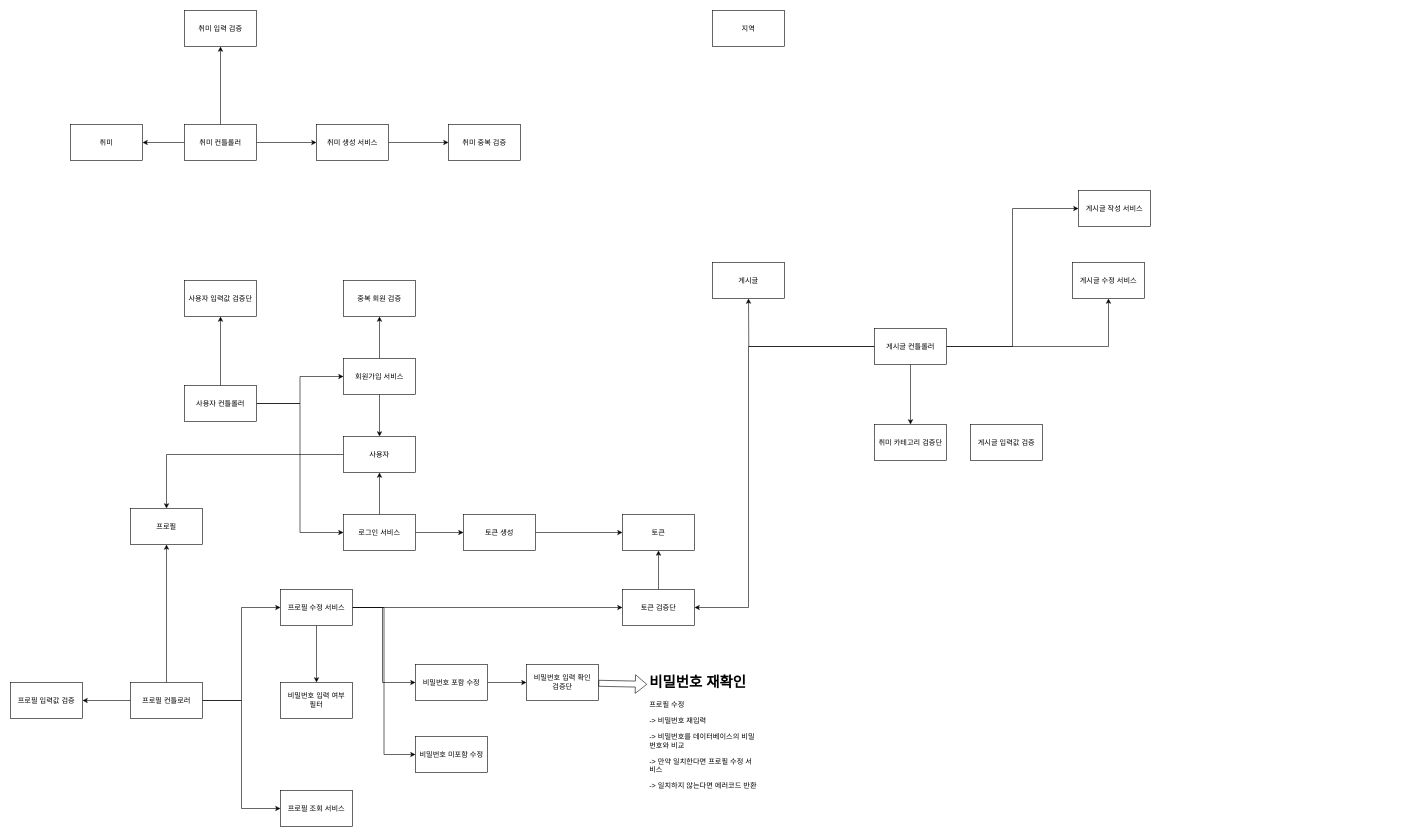
Before: hobby-bungaue.drawio in vanillacake369/hobby-bungae, a draw.io diagram. Source tidied: cells renumbered, new cells numbered last; positions are measured from the earlier drawing's top-left corner, leaving out a move shared by most shapes. Both pictures are drawn from the tidied source at 60%, with x=0, y=0 at pixel (10, 10).
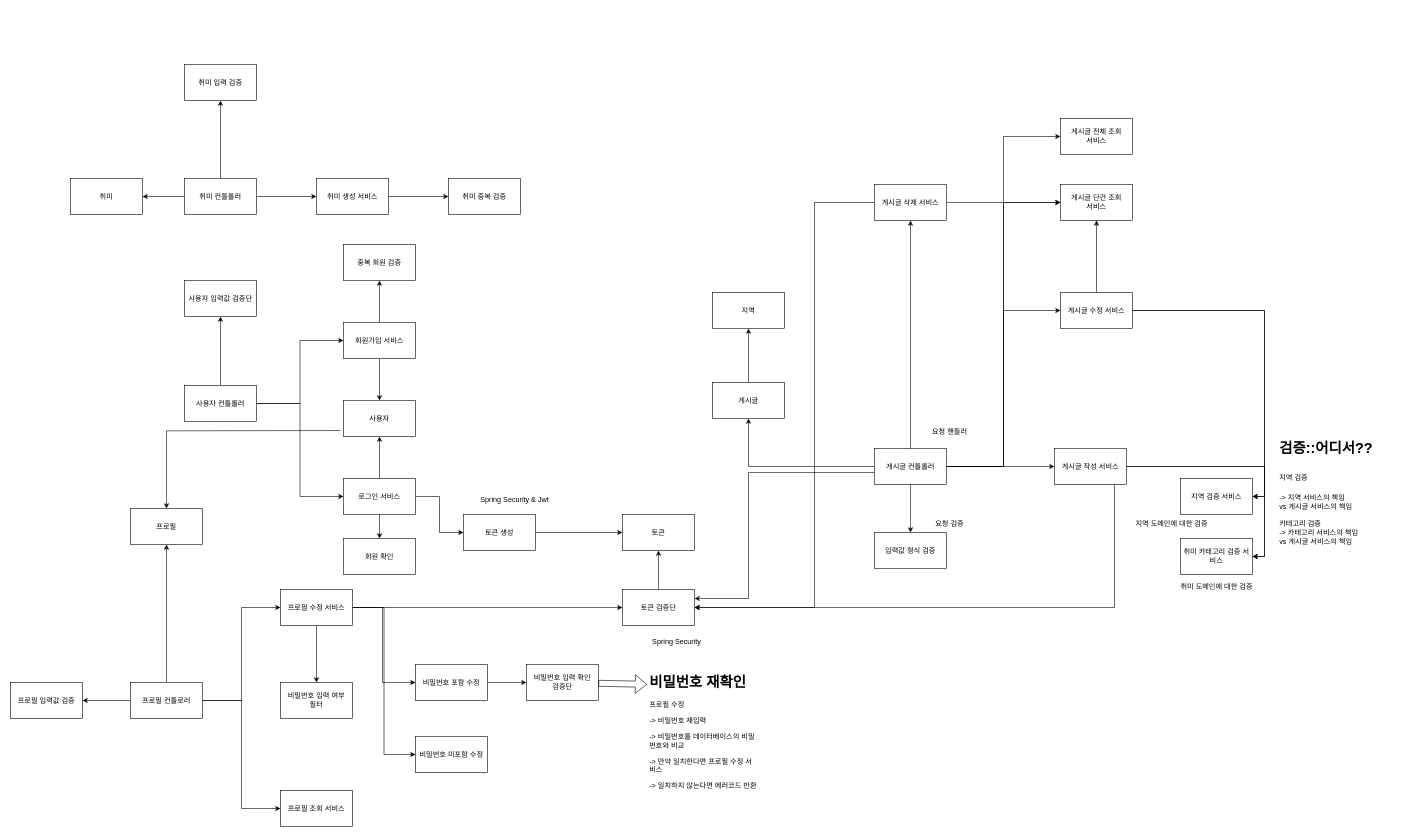
The same diagram, later.

Unchanged cells that the change refers to:
```xml
<mxCell id="2" value="프로필" style="rounded=0;whiteSpace=wrap;html=1;" parent="1" vertex="1">
  <mxGeometry x="200" y="830" width="120" height="60" as="geometry" />
</mxCell>
<mxCell id="16" value="토큰 검증단" style="rounded=0;whiteSpace=wrap;html=1;" parent="1" vertex="1">
  <mxGeometry x="1020" y="965" width="120" height="60" as="geometry" />
</mxCell>
```

Diff of the diagram source:
```diff
@@
+    <mxCell id="62" style="edgeStyle=orthogonalEdgeStyle;rounded=0;jettySize=auto;html=1;" parent="1" edge="1" source="3" target="4">
+      <mxGeometry relative="1" as="geometry" />
+    </mxCell>
     <mxCell id="3" value="게시글" style="rounded=0;whiteSpace=wrap;html=1;" parent="1" vertex="1">
-      <mxGeometry x="1170" y="420" width="120" height="60" as="geometry" />
+      <mxGeometry x="1170" y="620" width="120" height="60" as="geometry" />
     </mxCell>
     <mxCell id="4" value="지역" style="rounded=0;whiteSpace=wrap;html=1;" parent="1" vertex="1">
-      <mxGeometry x="1170" width="120" height="60" as="geometry" />
+      <mxGeometry x="1170" y="470" width="120" height="60" as="geometry" />
     </mxCell>
@@
-    <mxCell id="6" style="edgeStyle=orthogonalEdgeStyle;rounded=0;jettySize=auto;html=1;" parent="1" edge="1" source="10" target="14">
-      <mxGeometry relative="1" as="geometry" />
-    </mxCell>
     <mxCell id="7" style="edgeStyle=orthogonalEdgeStyle;rounded=0;jettySize=auto;html=1;" parent="1" edge="1" source="10" target="16">
       <mxGeometry relative="1" as="geometry">
         <Array as="points">
-          <mxPoint x="1230" y="560" />
-          <mxPoint x="1230" y="995" />
+          <mxPoint x="1230" y="770" />
+          <mxPoint x="1230" y="980" />
         </Array>
       </mxGeometry>
     </mxCell>
@@
-    <mxCell id="9" style="edgeStyle=orthogonalEdgeStyle;rounded=0;jettySize=auto;html=1;" parent="1" edge="1" source="10">
+    <mxCell id="9" style="edgeStyle=orthogonalEdgeStyle;rounded=0;jettySize=auto;html=1;" parent="1" edge="1" source="10" target="3">
       <mxGeometry relative="1" as="geometry">
-        <mxPoint x="1230" y="480" as="targetPoint" />
+        <Array as="points">
+          <mxPoint x="1230" y="760" />
+        </Array>
       </mxGeometry>
     </mxCell>
+    <mxCell id="63" style="edgeStyle=orthogonalEdgeStyle;rounded=0;jettySize=auto;html=1;" parent="1" edge="1" source="10" target="71">
+      <mxGeometry relative="1" as="geometry" />
+    </mxCell>
+    <mxCell id="64" style="edgeStyle=orthogonalEdgeStyle;rounded=0;jettySize=auto;html=1;entryX=0;entryY=0.5;entryDx=0;entryDy=0;" parent="1" edge="1" source="10" target="80">
+      <mxGeometry relative="1" as="geometry" />
+    </mxCell>
+    <mxCell id="65" style="edgeStyle=orthogonalEdgeStyle;rounded=0;jettySize=auto;html=1;entryX=0;entryY=0.5;entryDx=0;entryDy=0;" parent="1" edge="1" source="10" target="84">
+      <mxGeometry relative="1" as="geometry" />
+    </mxCell>
+    <mxCell id="66" style="edgeStyle=orthogonalEdgeStyle;rounded=0;jettySize=auto;html=1;" parent="1" edge="1" source="10" target="87">
+      <mxGeometry relative="1" as="geometry" />
+    </mxCell>
     <mxCell id="10" value="게시글 컨틀롤러" style="rounded=0;whiteSpace=wrap;html=1;" parent="1" vertex="1">
-      <mxGeometry x="1440" y="530" width="120" height="60" as="geometry" />
+      <mxGeometry x="1440" y="730" width="120" height="60" as="geometry" />
     </mxCell>
-    <mxCell id="11" value="게시글 작성 서비스" style="rounded=0;whiteSpace=wrap;html=1;" parent="1" vertex="1">
-      <mxGeometry x="1780" y="300" width="120" height="60" as="geometry" />
+    <mxCell id="11" value="게시글 전체 조회 &lt;br&gt;서비스" style="rounded=0;whiteSpace=wrap;html=1;" parent="1" vertex="1">
+      <mxGeometry x="1750" y="180" width="120" height="60" as="geometry" />
     </mxCell>
+    <mxCell id="67" style="edgeStyle=orthogonalEdgeStyle;rounded=0;jettySize=auto;html=1;entryX=1;entryY=0.5;entryDx=0;entryDy=0;" parent="1" edge="1" source="12" target="14">
+      <mxGeometry relative="1" as="geometry" />
+    </mxCell>
+    <mxCell id="68" style="edgeStyle=orthogonalEdgeStyle;rounded=0;jettySize=auto;html=1;entryX=1;entryY=0.5;entryDx=0;entryDy=0;" parent="1" edge="1" source="12" target="77">
+      <mxGeometry relative="1" as="geometry" />
+    </mxCell>
+    <mxCell id="69" style="edgeStyle=orthogonalEdgeStyle;rounded=0;jettySize=auto;html=1;entryX=1;entryY=0.5;entryDx=0;entryDy=0;" parent="1" edge="1" source="12" target="16">
+      <mxGeometry relative="1" as="geometry">
+        <Array as="points">
+          <mxPoint x="1840" y="995" />
+        </Array>
+      </mxGeometry>
+    </mxCell>
-    <mxCell id="12" value="게시글 수정 서비스" style="rounded=0;whiteSpace=wrap;html=1;" parent="1" vertex="1">
-      <mxGeometry x="1770" y="420" width="120" height="60" as="geometry" />
+    <mxCell id="12" value="게시글 작성 서비스" style="rounded=0;whiteSpace=wrap;html=1;" parent="1" vertex="1">
+      <mxGeometry x="1740" y="730" width="120" height="60" as="geometry" />
     </mxCell>
-    <mxCell id="13" value="게시글 입력값 검증" style="rounded=0;whiteSpace=wrap;html=1;" parent="1" vertex="1">
-      <mxGeometry x="1600" y="690" width="120" height="60" as="geometry" />
-    </mxCell>
-    <mxCell id="14" value="취미 카테고리 검증단" style="rounded=0;whiteSpace=wrap;html=1;" parent="1" vertex="1">
-      <mxGeometry x="1440" y="690" width="120" height="60" as="geometry" />
+    <mxCell id="14" value="취미 카테고리 검증 서비스" style="rounded=0;whiteSpace=wrap;html=1;" parent="1" vertex="1">
+      <mxGeometry x="1950" y="880" width="120" height="60" as="geometry" />
     </mxCell>
@@
     <mxCell id="24" value="취미 컨틀롤러" style="rounded=0;whiteSpace=wrap;html=1;" parent="1" vertex="1">
-      <mxGeometry x="290" y="190" width="120" height="60" as="geometry" />
+      <mxGeometry x="290" y="280" width="120" height="60" as="geometry" />
     </mxCell>
@@
     <mxCell id="27" value="회원가입 서비스" style="rounded=0;whiteSpace=wrap;html=1;" parent="1" vertex="1">
-      <mxGeometry x="555" y="580" width="120" height="60" as="geometry" />
+      <mxGeometry x="555" y="520" width="120" height="60" as="geometry" />
     </mxCell>
@@
+    <mxCell id="70" style="edgeStyle=orthogonalEdgeStyle;rounded=0;jettySize=auto;html=1;" parent="1" edge="1" source="30" target="88">
+      <mxGeometry relative="1" as="geometry" />
+    </mxCell>
     <mxCell id="30" value="로그인 서비스" style="rounded=0;whiteSpace=wrap;html=1;" parent="1" vertex="1">
-      <mxGeometry x="555" y="840" width="120" height="60" as="geometry" />
+      <mxGeometry x="555" y="780" width="120" height="60" as="geometry" />
     </mxCell>
@@
-    <mxCell id="34" style="edgeStyle=orthogonalEdgeStyle;rounded=0;jettySize=auto;html=1;" parent="1" edge="1" source="35" target="2">
-      <mxGeometry relative="1" as="geometry" />
+    <mxCell id="34" style="edgeStyle=orthogonalEdgeStyle;rounded=0;jettySize=auto;html=1;" parent="1" edge="1" target="2">
+      <mxGeometry relative="1" as="geometry">
+        <mxPoint x="550" y="700" as="sourcePoint" />
+      </mxGeometry>
     </mxCell>
     <mxCell id="35" value="사용자" style="rounded=0;whiteSpace=wrap;html=1;" parent="1" vertex="1">
-      <mxGeometry x="555" y="710" width="120" height="60" as="geometry" />
+      <mxGeometry x="555" y="650" width="120" height="60" as="geometry" />
     </mxCell>
@@
     <mxCell id="37" value="중복 회원 검증" style="rounded=0;whiteSpace=wrap;html=1;" parent="1" vertex="1">
-      <mxGeometry x="555" y="450" width="120" height="60" as="geometry" />
+      <mxGeometry x="555" y="390" width="120" height="60" as="geometry" />
     </mxCell>
@@
     <mxCell id="57" value="취미 중복 검증" style="rounded=0;whiteSpace=wrap;html=1;" parent="1" vertex="1">
-      <mxGeometry x="730" y="190" width="120" height="60" as="geometry" />
+      <mxGeometry x="730" y="280" width="120" height="60" as="geometry" />
     </mxCell>
     <mxCell id="58" value="취미" style="rounded=0;whiteSpace=wrap;html=1;" parent="1" vertex="1">
-      <mxGeometry x="100" y="190" width="120" height="60" as="geometry" />
+      <mxGeometry x="100" y="280" width="120" height="60" as="geometry" />
     </mxCell>
@@
     <mxCell id="60" value="취미 생성 서비스" style="rounded=0;whiteSpace=wrap;html=1;" parent="1" vertex="1">
-      <mxGeometry x="510" y="190" width="120" height="60" as="geometry" />
+      <mxGeometry x="510" y="280" width="120" height="60" as="geometry" />
     </mxCell>
     <mxCell id="61" value="취미 입력 검증" style="rounded=0;whiteSpace=wrap;html=1;" parent="1" vertex="1">
-      <mxGeometry x="290" width="120" height="60" as="geometry" />
+      <mxGeometry x="290" y="90" width="120" height="60" as="geometry" />
     </mxCell>
+    <mxCell id="71" value="입력값 형식 검증" style="rounded=0;whiteSpace=wrap;html=1;" parent="1" vertex="1">
+      <mxGeometry x="1440" y="870" width="120" height="60" as="geometry" />
+    </mxCell>
+    <mxCell id="72" value="요청 핸들러" style="text;html=1;align=center;verticalAlign=middle;strokeColor=none;fillColor=none;" parent="1" vertex="1">
+      <mxGeometry x="1520" y="688" width="90" height="30" as="geometry" />
+    </mxCell>
+    <mxCell id="73" value="요청 검증" style="text;html=1;align=center;verticalAlign=middle;strokeColor=none;fillColor=none;" parent="1" vertex="1">
+      <mxGeometry x="1530" y="840" width="70" height="30" as="geometry" />
+    </mxCell>
+    <mxCell id="74" value="취미 도메인에 대한 검증" style="text;html=1;align=center;verticalAlign=middle;strokeColor=none;fillColor=none;" parent="1" vertex="1">
+      <mxGeometry x="1935" y="945" width="150" height="30" as="geometry" />
+    </mxCell>
+    <mxCell id="75" value="지역 도메인에 대한 검증" style="text;html=1;align=center;verticalAlign=middle;strokeColor=none;fillColor=none;" parent="1" vertex="1">
+      <mxGeometry x="1860" y="840" width="150" height="30" as="geometry" />
+    </mxCell>
+    <mxCell id="76" value="&lt;h1&gt;&lt;span style=&quot;background-color: initial;&quot;&gt;검증::어디서??&lt;/span&gt;&lt;/h1&gt;&lt;h1&gt;&lt;span style=&quot;font-size: 12px; font-weight: 400;&quot;&gt;지역 검증&lt;/span&gt;&lt;/h1&gt;&lt;div&gt;&lt;span style=&quot;font-size: 12px; font-weight: 400;&quot;&gt;-&amp;gt; 지역 서비스의 책임 &lt;br&gt;vs 게시글 서비스의 책임&lt;/span&gt;&lt;/div&gt;&lt;div&gt;&lt;span style=&quot;font-size: 12px; font-weight: 400;&quot;&gt;&lt;br&gt;&lt;/span&gt;&lt;/div&gt;&lt;div&gt;&lt;span style=&quot;font-size: 12px; font-weight: 400;&quot;&gt;카테고리 검증&lt;/span&gt;&lt;/div&gt;&lt;div&gt;&lt;span style=&quot;font-size: 12px; font-weight: 400;&quot;&gt;-&amp;gt; 카테고리 서비스의 책임&lt;/span&gt;&lt;/div&gt;&lt;div&gt;&lt;span style=&quot;font-size: 12px; font-weight: 400;&quot;&gt;vs 게시글 서비스의 책임&lt;/span&gt;&lt;/div&gt;" style="text;html=1;strokeColor=none;fillColor=none;spacing=5;spacingTop=-20;whiteSpace=wrap;overflow=hidden;rounded=0;" parent="1" vertex="1">
+      <mxGeometry x="2110" y="710" width="190" height="230" as="geometry" />
+    </mxCell>
+    <mxCell id="77" value="지역 검증 서비스" style="rounded=0;whiteSpace=wrap;html=1;" parent="1" vertex="1">
+      <mxGeometry x="1950" y="780" width="120" height="60" as="geometry" />
+    </mxCell>
+    <mxCell id="78" value="Spring Security" style="text;html=1;align=center;verticalAlign=middle;strokeColor=none;fillColor=none;" parent="1" vertex="1">
+      <mxGeometry x="1060" y="1038" width="100" height="30" as="geometry" />
+    </mxCell>
+    <mxCell id="79" value="Spring Security &amp;amp; Jwt" style="text;html=1;align=center;verticalAlign=middle;strokeColor=none;fillColor=none;" parent="1" vertex="1">
+      <mxGeometry x="770" y="800" width="140" height="30" as="geometry" />
+    </mxCell>
+    <mxCell id="80" value="게시글 단건 조회 &lt;br&gt;서비스" style="rounded=0;whiteSpace=wrap;html=1;" parent="1" vertex="1">
+      <mxGeometry x="1750" y="290" width="120" height="60" as="geometry" />
+    </mxCell>
+    <mxCell id="81" style="edgeStyle=orthogonalEdgeStyle;rounded=0;jettySize=auto;html=1;" parent="1" edge="1" source="84" target="80">
+      <mxGeometry relative="1" as="geometry" />
+    </mxCell>
+    <mxCell id="82" style="edgeStyle=orthogonalEdgeStyle;rounded=0;jettySize=auto;html=1;entryX=1;entryY=0.5;entryDx=0;entryDy=0;" parent="1" edge="1" source="84" target="77">
+      <mxGeometry relative="1" as="geometry" />
+    </mxCell>
+    <mxCell id="83" style="edgeStyle=orthogonalEdgeStyle;rounded=0;jettySize=auto;html=1;entryX=1;entryY=0.5;entryDx=0;entryDy=0;" parent="1" edge="1" source="84" target="14">
+      <mxGeometry relative="1" as="geometry" />
+    </mxCell>
+    <mxCell id="84" value="게시글 수정 서비스" style="rounded=0;whiteSpace=wrap;html=1;" parent="1" vertex="1">
+      <mxGeometry x="1750" y="470" width="120" height="60" as="geometry" />
+    </mxCell>
+    <mxCell id="85" style="edgeStyle=orthogonalEdgeStyle;rounded=0;jettySize=auto;html=1;" parent="1" edge="1" source="87" target="80">
+      <mxGeometry relative="1" as="geometry" />
+    </mxCell>
+    <mxCell id="86" style="edgeStyle=orthogonalEdgeStyle;rounded=0;jettySize=auto;html=1;entryX=1;entryY=0.5;entryDx=0;entryDy=0;" parent="1" edge="1" source="87" target="16">
+      <mxGeometry relative="1" as="geometry">
+        <Array as="points">
+          <mxPoint x="1340" y="320" />
+          <mxPoint x="1340" y="995" />
+        </Array>
+      </mxGeometry>
+    </mxCell>
+    <mxCell id="87" value="게시글 삭제 서비스" style="rounded=0;whiteSpace=wrap;html=1;" parent="1" vertex="1">
+      <mxGeometry x="1440" y="290" width="120" height="60" as="geometry" />
+    </mxCell>
+    <mxCell id="88" value="회원 확인" style="rounded=0;whiteSpace=wrap;html=1;" parent="1" vertex="1">
+      <mxGeometry x="555" y="880" width="120" height="60" as="geometry" />
+    </mxCell>
```
